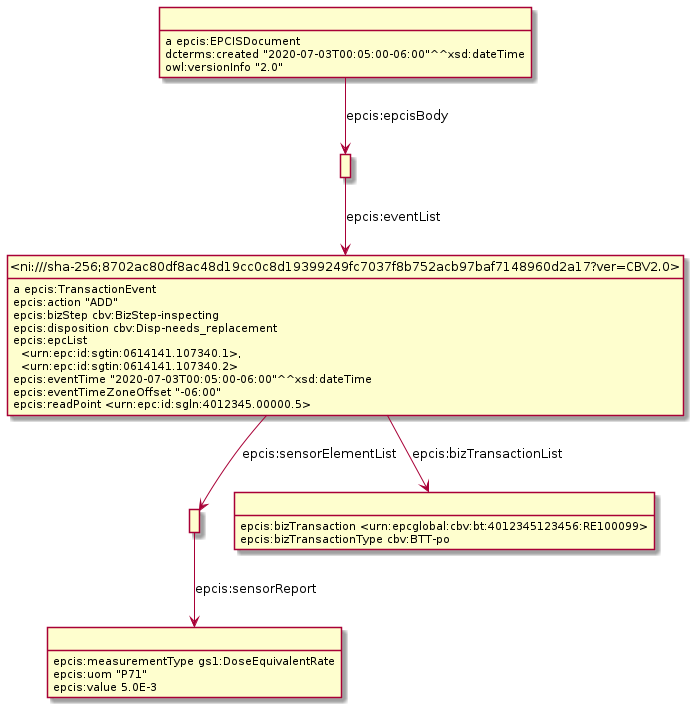
The PlantUML diagram Diagrams/WithSensorData/SensorDataExample11.png in gs1/EPCIS, before a commit.
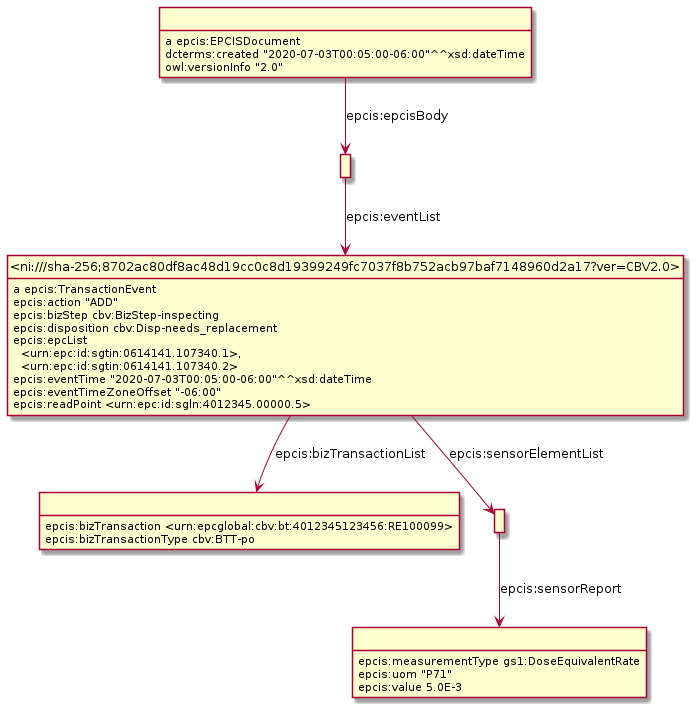
Above is the later version.

What changed in the source:
```diff
@@ -3,21 +3,24 @@
 hide empty attributes
 hide circle
 skinparam classAttributeIconSize 0
-class _r1631887418r3_ as " "
-_r1631887418r3_ : a epcis:EPCISDocument
-class _r1631887418r4_ as " "
-_r1631887418r3_ -down-> _r1631887418r4_ : epcis:epcisBody
-_r1631887418r3_ : dcterms:created "2020-07-03T00:05:00-06:00"^^xsd:dateTime
-_r1631887418r3_ : owl:versionInfo "2.0"
-class _r1631887418r1_ as " "
-class _r1631887418r2_ as " "
-_r1631887418r1_ -down-> _r1631887418r2_ : epcis:sensorReport
+class _r1631889708r2_ as " "
+_r1631889708r2_ : epcis:measurementType gs1:DoseEquivalentRate
+_r1631889708r2_ : epcis:uom "P71"
+_r1631889708r2_ : epcis:value 5.0E-3
+class _r1631889708r3_ as " "
+_r1631889708r3_ : a epcis:EPCISDocument
+class _r1631889708r4_ as " "
+_r1631889708r3_ -down-> _r1631889708r4_ : epcis:epcisBody
+_r1631889708r3_ : dcterms:created "2020-07-03T00:05:00-06:00"^^xsd:dateTime
+_r1631889708r3_ : owl:versionInfo "2.0"
+class _r1631889708r0_ as " "
+_r1631889708r0_ : epcis:bizTransaction <urn:epcglobal:cbv:bt:4012345123456:RE100099>
+_r1631889708r0_ : epcis:bizTransactionType cbv:BTT-po
 class _ni_sha_256_8702ac80df8ac48d19cc0c8d19399249fc7037f8b752acb97baf7148960d2a17_ver_CBV2_0_ as "<ni:///sha-256;8702ac80df8ac48d19cc0c8d19399249fc7037f8b752acb97baf7148960d2a17?ver=CBV2.0>"
-_r1631887418r4_ -down-> _ni_sha_256_8702ac80df8ac48d19cc0c8d19399249fc7037f8b752acb97baf7148960d2a17_ver_CBV2_0_ : epcis:eventList
 _ni_sha_256_8702ac80df8ac48d19cc0c8d19399249fc7037f8b752acb97baf7148960d2a17_ver_CBV2_0_ : a epcis:TransactionEvent
-_ni_sha_256_8702ac80df8ac48d19cc0c8d19399249fc7037f8b752acb97baf7148960d2a17_ver_CBV2_0_ -down-> _r1631887418r1_ : epcis:sensorElementList
-class _r1631887418r0_ as " "
-_ni_sha_256_8702ac80df8ac48d19cc0c8d19399249fc7037f8b752acb97baf7148960d2a17_ver_CBV2_0_ -down-> _r1631887418r0_ : epcis:bizTransactionList
+_ni_sha_256_8702ac80df8ac48d19cc0c8d19399249fc7037f8b752acb97baf7148960d2a17_ver_CBV2_0_ -down-> _r1631889708r0_ : epcis:bizTransactionList
+class _r1631889708r1_ as " "
+_ni_sha_256_8702ac80df8ac48d19cc0c8d19399249fc7037f8b752acb97baf7148960d2a17_ver_CBV2_0_ -down-> _r1631889708r1_ : epcis:sensorElementList
 _ni_sha_256_8702ac80df8ac48d19cc0c8d19399249fc7037f8b752acb97baf7148960d2a17_ver_CBV2_0_ : epcis:action "ADD"
 _ni_sha_256_8702ac80df8ac48d19cc0c8d19399249fc7037f8b752acb97baf7148960d2a17_ver_CBV2_0_ : epcis:bizStep cbv:BizStep-inspecting
 _ni_sha_256_8702ac80df8ac48d19cc0c8d19399249fc7037f8b752acb97baf7148960d2a17_ver_CBV2_0_ : epcis:disposition cbv:Disp-needs_replacement
@@ -25,9 +28,6 @@
 _ni_sha_256_8702ac80df8ac48d19cc0c8d19399249fc7037f8b752acb97baf7148960d2a17_ver_CBV2_0_ : epcis:eventTime "2020-07-03T00:05:00-06:00"^^xsd:dateTime
 _ni_sha_256_8702ac80df8ac48d19cc0c8d19399249fc7037f8b752acb97baf7148960d2a17_ver_CBV2_0_ : epcis:eventTimeZoneOffset "-06:00"
 _ni_sha_256_8702ac80df8ac48d19cc0c8d19399249fc7037f8b752acb97baf7148960d2a17_ver_CBV2_0_ : epcis:readPoint <urn:epc:id:sgln:4012345.00000.5>
-_r1631887418r2_ : epcis:measurementType gs1:DoseEquivalentRate
-_r1631887418r2_ : epcis:uom "P71"
-_r1631887418r2_ : epcis:value 5.0E-3
-_r1631887418r0_ : epcis:bizTransaction <urn:epcglobal:cbv:bt:4012345123456:RE100099>
-_r1631887418r0_ : epcis:bizTransactionType cbv:BTT-po
+_r1631889708r1_ -down-> _r1631889708r2_ : epcis:sensorReport
+_r1631889708r4_ -down-> _ni_sha_256_8702ac80df8ac48d19cc0c8d19399249fc7037f8b752acb97baf7148960d2a17_ver_CBV2_0_ : epcis:eventList
 @enduml
```
